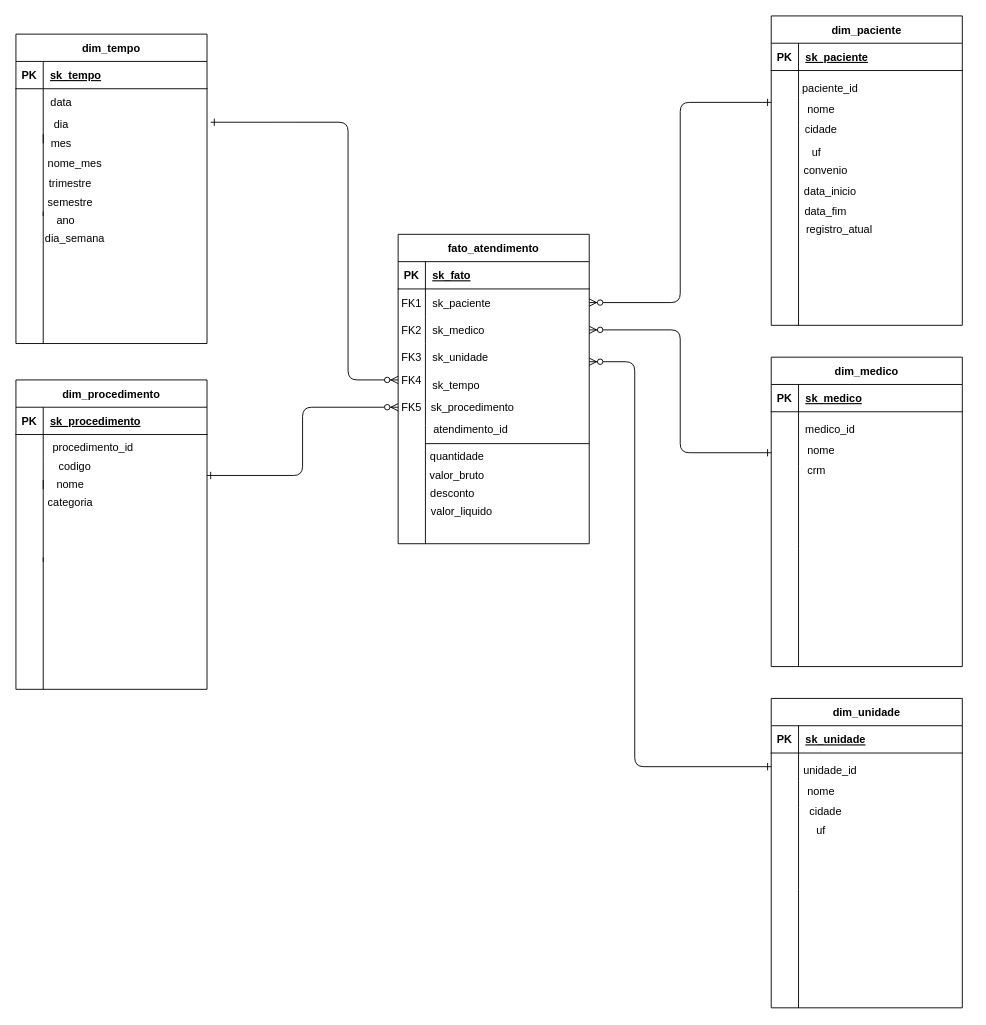
The draw.io diagram docs/Diagramas/modelo_estrela.drawio.xml in bd2-equipe6/clinica-medica, before the edit. Source tidied: cells renumbered, new cells numbered last; positions are measured from the earlier drawing's top-left corner, leaving out a move shared by most shapes. Both pictures are drawn from the tidied source at 91%, with x=0, y=0 at pixel (15, 15).
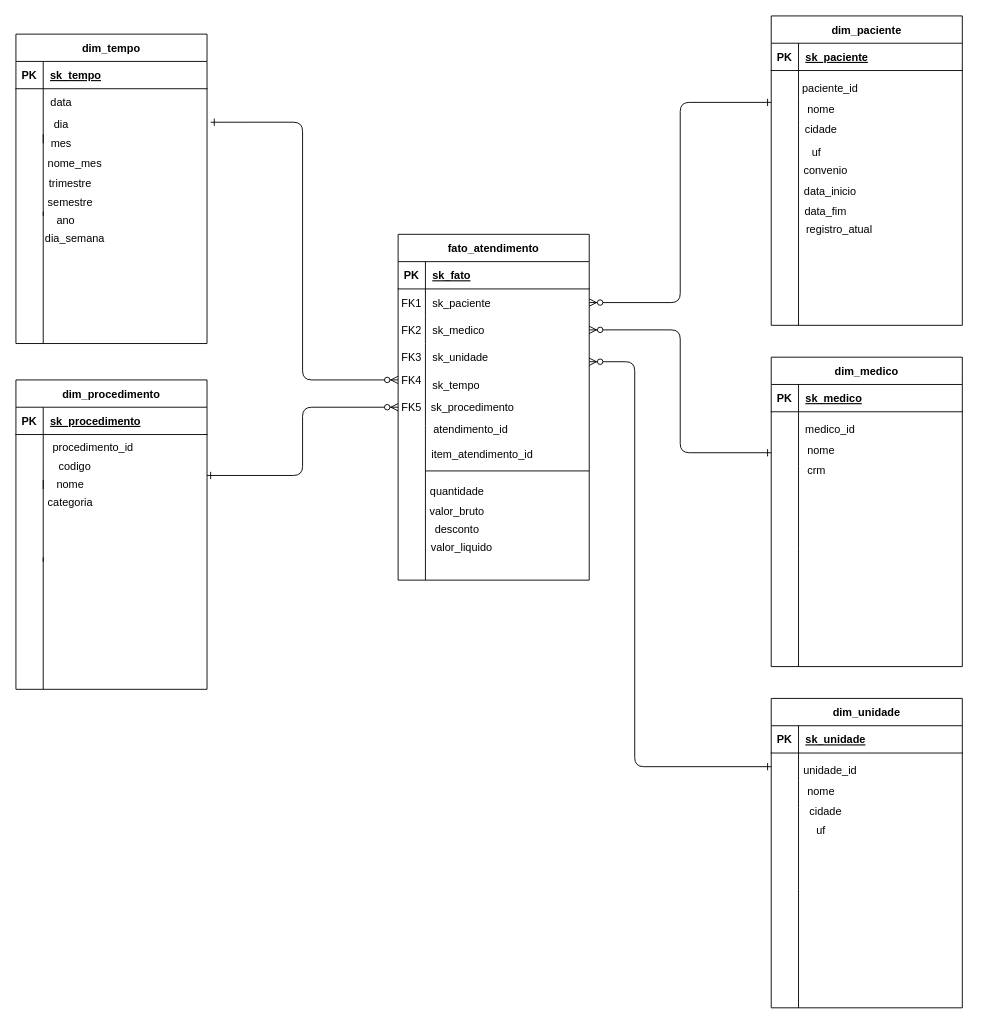
The same diagram, later.

Commit message (it also covers changes not shown here):
Atualização dos diagramas

Unchanged cells that the change refers to:
```xml
<mxCell id="36" style="shape=partialRectangle;fillColor=none;points=[[0,0.5],[1,0.5]];portConstraint=eastwest;top=0;left=0;right=0;bottom=0;" parent="29" vertex="1">
  <mxGeometry y="90" width="210" height="30" as="geometry" />
</mxCell>
```

Change to the diagram source:
```diff
@@
     <mxCell id="2" style="edgeStyle=orthogonalEdgeStyle;endArrow=ERzeroToMany;startArrow=ERone;endFill=1;startFill=0;exitX=1.019;exitY=0.227;exitDx=0;exitDy=0;exitPerimeter=0;libavoidRouting=1;" parent="1" edge="1" source="36">
       <mxGeometry x="-0.08" relative="1" as="geometry">
         <mxPoint x="420" y="400" as="targetPoint" />
         <Array as="points">
-          <mxPoint x="365" y="117" />
-          <mxPoint x="365" y="400" />
+          <mxPoint x="315" y="117" />
+          <mxPoint x="315" y="400" />
         </Array>
       </mxGeometry>
     </mxCell>
     <mxCell id="3" value="fato_atendimento" style="shape=table;startSize=30;childLayout=tableLayout;rowLines=0;fontStyle=1;align=center;" parent="1" vertex="1">
-      <mxGeometry x="420" y="240" width="210" height="340" as="geometry" />
+      <mxGeometry x="420" y="240" width="210" height="380" as="geometry" />
     </mxCell>
@@
     <mxCell id="22" value="quantidade" style="text;html=1;whiteSpace=wrap;strokeColor=none;fillColor=none;align=center;verticalAlign=middle;rounded=0;" parent="1" vertex="1">
-      <mxGeometry x="460" y="470" width="50" height="30" as="geometry" />
+      <mxGeometry x="460" y="508" width="50" height="30" as="geometry" />
     </mxCell>
     <mxCell id="23" value="valor_bruto" style="text;html=1;whiteSpace=wrap;strokeColor=none;fillColor=none;align=center;verticalAlign=middle;rounded=0;" parent="1" vertex="1">
-      <mxGeometry x="460" y="490" width="50" height="30" as="geometry" />
+      <mxGeometry x="460" y="530" width="50" height="30" as="geometry" />
     </mxCell>
     <mxCell id="24" value="desconto" style="text;html=1;whiteSpace=wrap;strokeColor=none;fillColor=none;align=center;verticalAlign=middle;rounded=0;" parent="1" vertex="1">
-      <mxGeometry x="450" y="510" width="60" height="30" as="geometry" />
+      <mxGeometry x="455" y="550" width="60" height="30" as="geometry" />
     </mxCell>
     <mxCell id="25" value="valor_liquido" style="text;html=1;whiteSpace=wrap;strokeColor=none;fillColor=none;align=center;verticalAlign=middle;rounded=0;" parent="1" vertex="1">
-      <mxGeometry x="460" y="530" width="60" height="30" as="geometry" />
+      <mxGeometry x="460" y="570" width="60" height="30" as="geometry" />
     </mxCell>
     <mxCell id="26" style="endArrow=none;html=1;rounded=0;defaultLabelBackgroundColor=page;labelPadding=0 4;" parent="1" edge="1">
       <mxGeometry relative="1" as="geometry">
         <mxPoint x="450" y="450" as="sourcePoint" />
-        <mxPoint x="450" y="580" as="targetPoint" />
+        <mxPoint x="450" y="620" as="targetPoint" />
       </mxGeometry>
     </mxCell>
@@
-    <mxCell id="28" style="endArrow=none;html=1;rounded=0;defaultLabelBackgroundColor=page;labelPadding=0 4;" parent="1" edge="1">
-      <mxGeometry relative="1" as="geometry">
-        <mxPoint x="450" y="470" as="sourcePoint" />
-        <mxPoint x="630" y="470" as="targetPoint" />
-      </mxGeometry>
-    </mxCell>
@@
+    <mxCell id="125" value="item_atendimento_id" style="text;whiteSpace=wrap;html=1;" parent="1" vertex="1">
+      <mxGeometry x="455" y="468" width="140" height="40" as="geometry" />
+    </mxCell>
+    <mxCell id="126" style="endArrow=none;html=1;rounded=0;defaultLabelBackgroundColor=page;labelPadding=0 4;" parent="1" edge="1">
+      <mxGeometry relative="1" as="geometry">
+        <mxPoint x="450" y="500" as="sourcePoint" />
+        <mxPoint x="630" y="500" as="targetPoint" />
+      </mxGeometry>
+    </mxCell>
```
